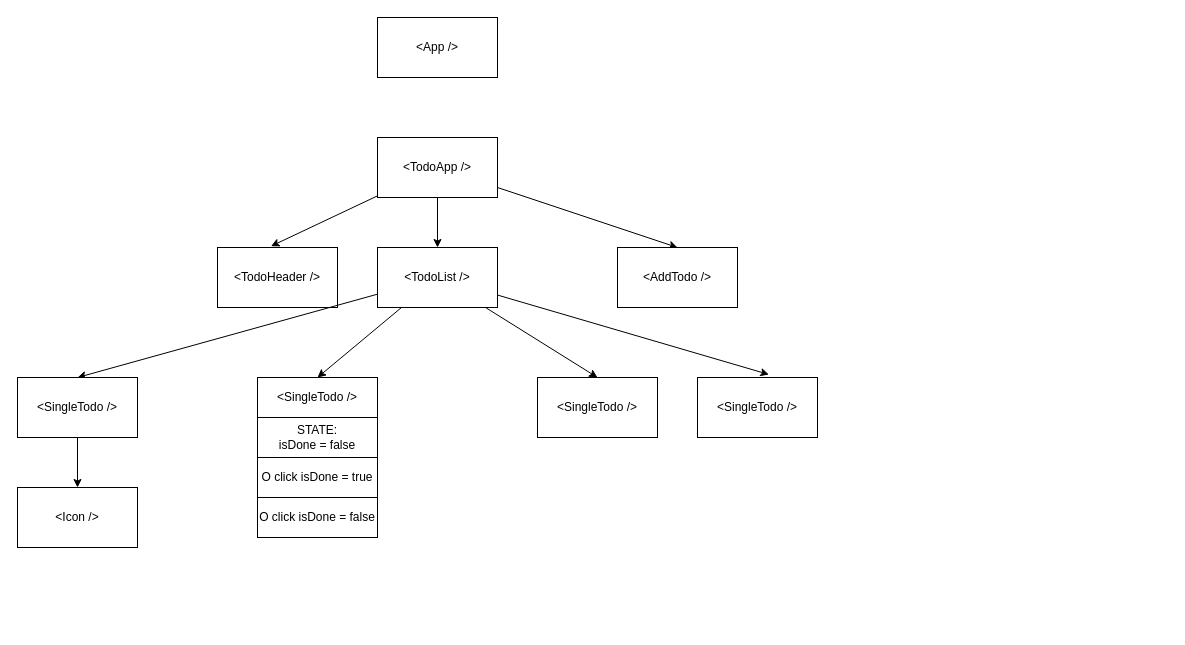
Earlier version of the draw.io diagram diagram.drawio (Stasysj/type8-react-06-props-forms-todo). Source tidied: cells renumbered, new cells numbered last; positions are measured from the earlier drawing's top-left corner, leaving out a move shared by most shapes. Both pictures are drawn from the tidied source at 100%, with x=0, y=0 at pixel (17, 17).
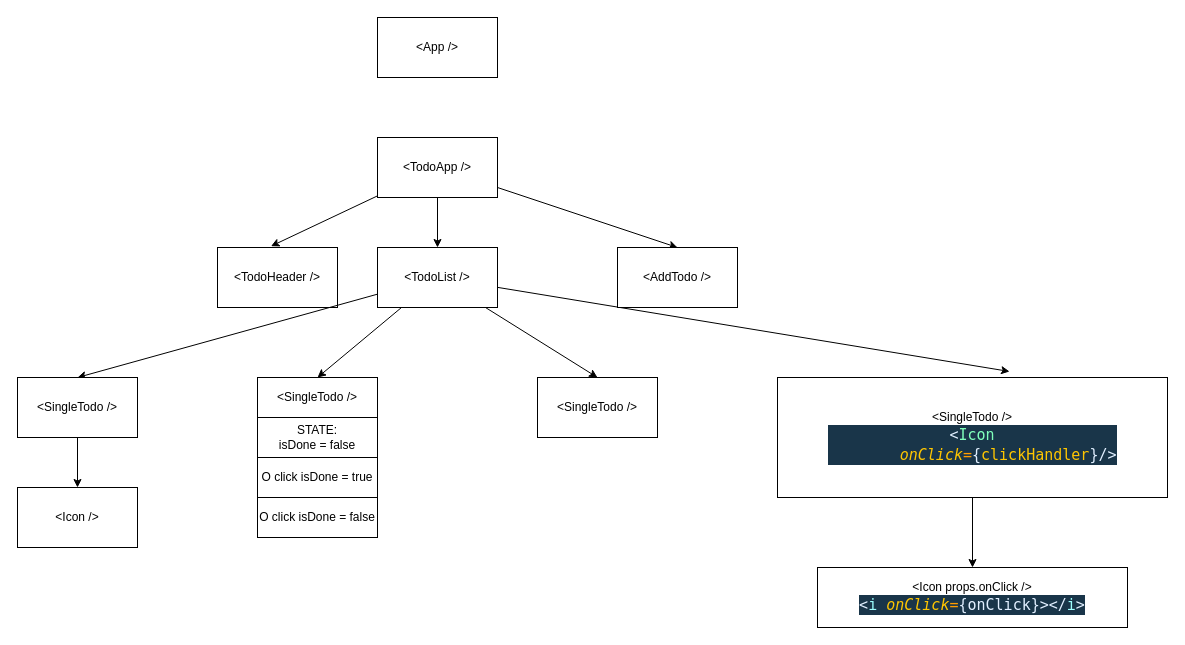
The same page after the edit.

Commit message (it also covers changes not shown here):
setIsDone((prevIsDone) => !prevIsDone)

The edit, as a diff of the source:
```diff
@@
+    <mxCell id="23" style="edgeStyle=none;html=1;entryX=0.5;entryY=0;entryDx=0;entryDy=0;" parent="1" edge="1" source="18" target="24">
+      <mxGeometry relative="1" as="geometry" />
+    </mxCell>
-    <mxCell id="18" value="&amp;lt;SingleTodo /&amp;gt;" style="rounded=0;whiteSpace=wrap;html=1;" parent="1" vertex="1">
-      <mxGeometry x="680" y="360" width="120" height="60" as="geometry" />
+    <mxCell id="18" value="&amp;lt;SingleTodo /&amp;gt;&lt;br&gt;&lt;div style=&quot;color: rgb(255 , 255 , 255) ; background-color: rgb(25 , 53 , 73) ; font-family: &amp;#34;cascadia code&amp;#34; , &amp;#34;menlo&amp;#34; , &amp;#34;monaco&amp;#34; , &amp;#34;courier new&amp;#34; , monospace , &amp;#34;consolas&amp;#34; , &amp;#34;courier new&amp;#34; , monospace ; font-size: 15px ; line-height: 20px&quot;&gt;&lt;div&gt;&lt;span style=&quot;color: #e1efff&quot;&gt;&amp;lt;&lt;/span&gt;&lt;span style=&quot;color: #80ffbb&quot;&gt;Icon&lt;/span&gt;&lt;/div&gt;&lt;div&gt;&lt;span style=&quot;color: #9effff&quot;&gt;&amp;nbsp; &amp;nbsp; &amp;nbsp; &amp;nbsp; &lt;/span&gt;&lt;span style=&quot;color: #ffc600 ; font-style: italic&quot;&gt;onClick&lt;/span&gt;&lt;span style=&quot;color: #ff9d00&quot;&gt;=&lt;/span&gt;&lt;span style=&quot;color: #e1efff&quot;&gt;{&lt;/span&gt;&lt;span style=&quot;color: #ffc600&quot;&gt;clickHandler&lt;/span&gt;&lt;span style=&quot;color: #e1efff&quot;&gt;}&lt;/span&gt;&lt;span style=&quot;color: rgb(225 , 239 , 255)&quot;&gt;/&amp;gt;&lt;/span&gt;&lt;/div&gt;&lt;/div&gt;" style="rounded=0;whiteSpace=wrap;html=1;" parent="1" vertex="1">
+      <mxGeometry x="760" y="360" width="390" height="120" as="geometry" />
     </mxCell>
@@
+    <mxCell id="24" value="&amp;lt;Icon props.onClick /&amp;gt;&lt;br&gt;&lt;div style=&quot;color: rgb(255 , 255 , 255) ; background-color: rgb(25 , 53 , 73) ; font-family: &amp;#34;cascadia code&amp;#34; , &amp;#34;menlo&amp;#34; , &amp;#34;monaco&amp;#34; , &amp;#34;courier new&amp;#34; , monospace , &amp;#34;consolas&amp;#34; , &amp;#34;courier new&amp;#34; , monospace ; font-size: 15px ; line-height: 20px&quot;&gt;&lt;span style=&quot;color: #e1efff&quot;&gt;&amp;lt;&lt;/span&gt;&lt;span style=&quot;color: #9effff&quot;&gt;i&lt;/span&gt;&lt;span style=&quot;color: #9effff&quot;&gt; &lt;/span&gt;&lt;span style=&quot;color: #ffc600 ; font-style: italic&quot;&gt;onClick&lt;/span&gt;&lt;span style=&quot;color: #ff9d00&quot;&gt;=&lt;/span&gt;&lt;span style=&quot;color: #e1efff&quot;&gt;{&lt;/span&gt;&lt;span style=&quot;color: #e1efff&quot;&gt;onClick&lt;/span&gt;&lt;span style=&quot;color: #e1efff&quot;&gt;}&lt;/span&gt;&lt;span style=&quot;color: #e1efff&quot;&gt;&amp;gt;&amp;lt;/&lt;/span&gt;&lt;span style=&quot;color: #9effff&quot;&gt;i&lt;/span&gt;&lt;span style=&quot;color: #e1efff&quot;&gt;&amp;gt;&lt;/span&gt;&lt;/div&gt;" style="rounded=0;whiteSpace=wrap;html=1;" parent="1" vertex="1">
+      <mxGeometry x="800" y="550" width="310" height="60" as="geometry" />
+    </mxCell>
```
